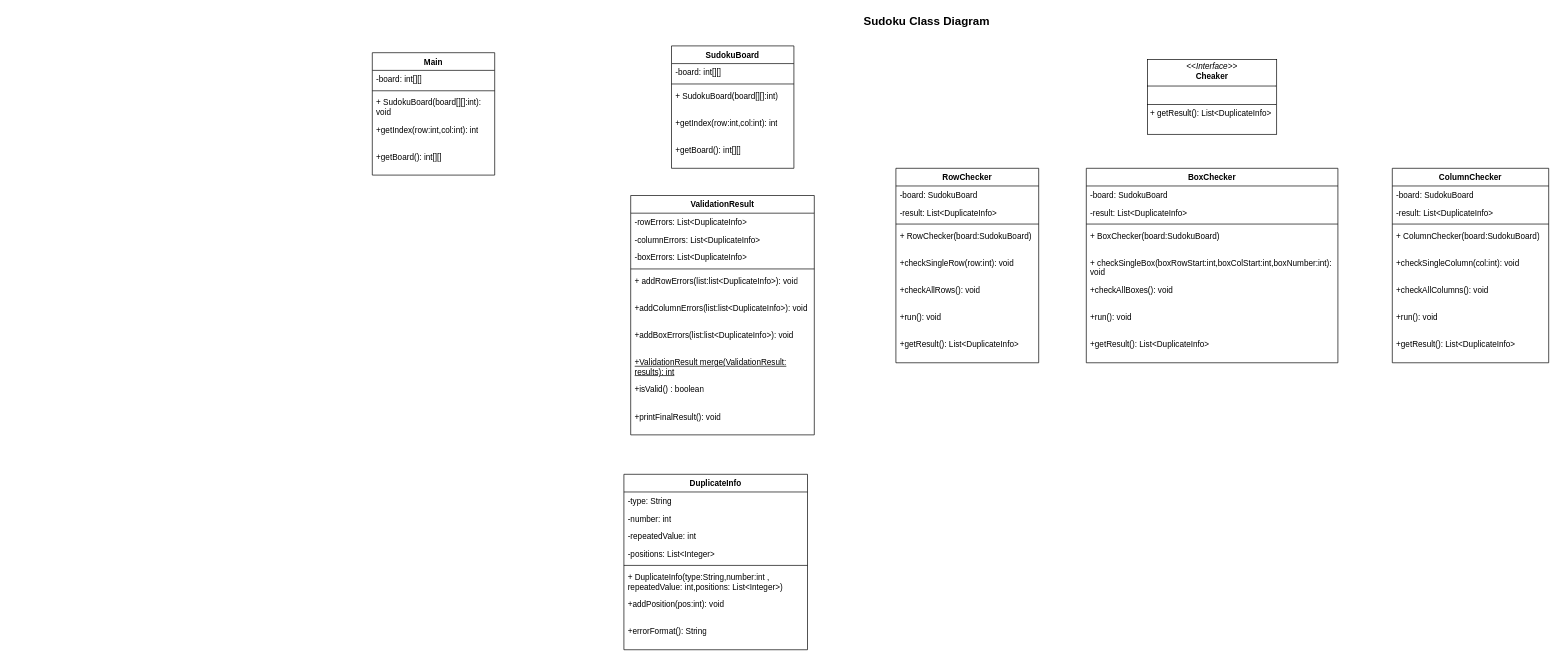
The draw.io diagram ClassDiagram.drawio in ghadeer4705/Lab9_Sudoku1, before the edit. Source tidied: cells renumbered, new cells numbered last; positions are measured from the earlier drawing's top-left corner, leaving out a move shared by most shapes. Both pictures are drawn from the tidied source at 68%, with x=0, y=0 at pixel (372, 12).
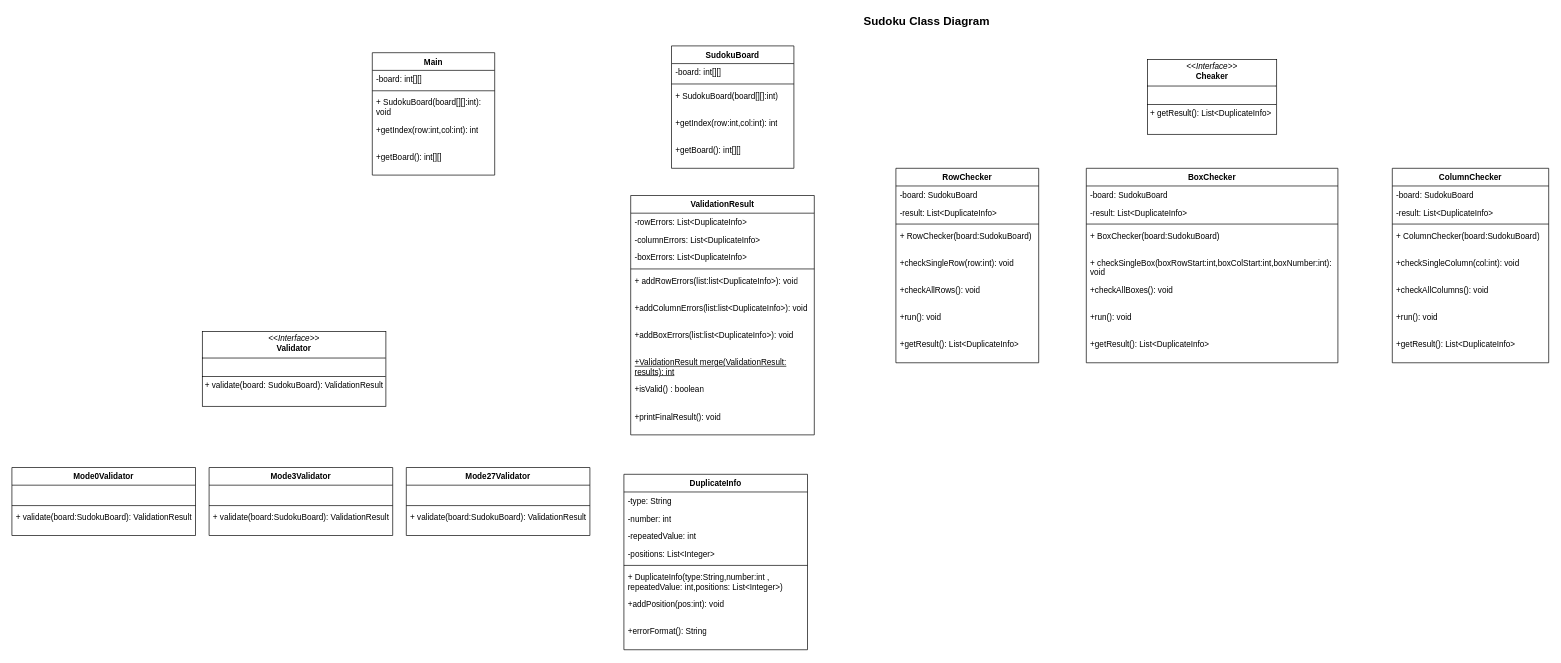
After the change.

The edit, as a diff of the source:
```diff
@@
-    <mxCell id="2" value="Sudoku Class Diagram" style="text;html=1;whiteSpace=wrap;strokeColor=none;fillColor=none;align=center;verticalAlign=middle;rounded=0;fontSize=17;fontColor=light-dark(#000000,#FFFFFF);fontStyle=1;" parent="1" vertex="1">
+    <mxCell id="2" value="Sudoku Class Diagram" style="text;html=1;whiteSpace=wrap;strokeColor=none;fillColor=none;align=center;verticalAlign=middle;rounded=1;fontSize=17;fontColor=light-dark(#000000,#FFFFFF);fontStyle=1;glass=1;" parent="1" vertex="1">
       <mxGeometry x="708" width="215" height="30" as="geometry" />
     </mxCell>
@@
+    <mxCell id="63" value="&lt;p style=&quot;margin:0px;margin-top:4px;text-align:center;&quot;&gt;&lt;i&gt;&amp;lt;&amp;lt;Interface&amp;gt;&amp;gt;&lt;/i&gt;&lt;br&gt;&lt;b&gt;Validator&lt;/b&gt;&lt;/p&gt;&lt;hr size=&quot;1&quot; style=&quot;border-style:solid;&quot;&gt;&lt;p style=&quot;margin:0px;margin-left:4px;&quot;&gt;&lt;br&gt;&lt;/p&gt;&lt;hr size=&quot;1&quot; style=&quot;border-style:solid;&quot;&gt;&lt;p style=&quot;margin:0px;margin-left:4px;&quot;&gt;+ validate(board:&amp;nbsp;&lt;span style=&quot;background-color: transparent; color: light-dark(rgb(0, 0, 0), rgb(255, 255, 255));&quot;&gt;SudokuBoard&lt;/span&gt;&lt;span style=&quot;background-color: transparent; color: light-dark(rgb(0, 0, 0), rgb(255, 255, 255));&quot;&gt;):&amp;nbsp;&lt;/span&gt;&lt;span style=&quot;background-color: transparent;&quot;&gt;ValidationResult&lt;/span&gt;&lt;/p&gt;&lt;p style=&quot;margin:0px;margin-left:4px;&quot;&gt;&lt;br&gt;&lt;/p&gt;" style="verticalAlign=top;align=left;overflow=fill;html=1;whiteSpace=wrap;fillColor=none;strokeColor=light-dark(#000000,#A680B8);" parent="1" vertex="1">
+      <mxGeometry x="-250" y="470" width="270" height="110" as="geometry" />
+    </mxCell>
+    <mxCell id="64" value="Mode0Validator" style="swimlane;fontStyle=1;align=center;verticalAlign=top;horizontal=1;startSize=26;whiteSpace=wrap;html=1;fillColor=light-dark(#FFFFFF,#A680B8);strokeColor=light-dark(#000000,#C3ABD0);" parent="1" vertex="1">
+      <mxGeometry x="-530" y="670" width="270" height="100" as="geometry" />
+    </mxCell>
+    <mxCell id="65" value="&lt;div&gt;&lt;br&gt;&lt;/div&gt;" style="text;strokeColor=none;fillColor=none;align=left;verticalAlign=top;spacingLeft=4;spacingRight=4;overflow=hidden;whiteSpace=wrap;html=1;" parent="64" vertex="1">
+      <mxGeometry y="26" width="270" height="26" as="geometry" />
+    </mxCell>
+    <mxCell id="66" style="line;strokeWidth=1;fillColor=default;align=left;verticalAlign=middle;spacingTop=-1;spacingLeft=3;spacingRight=3;labelPosition=right;strokeColor=inherit;" parent="64" vertex="1">
+      <mxGeometry y="52" width="270" height="8" as="geometry" />
+    </mxCell>
+    <mxCell id="67" value="+ validate(board:SudokuBoard):&amp;nbsp;ValidationResult&lt;div&gt;&lt;br&gt;&lt;/div&gt;" style="text;strokeColor=none;fillColor=none;align=left;verticalAlign=top;spacingLeft=4;spacingRight=4;overflow=hidden;whiteSpace=wrap;html=1;" parent="64" vertex="1">
+      <mxGeometry y="60" width="270" height="40" as="geometry" />
+    </mxCell>
+    <mxCell id="68" value="Mode3Validator" style="swimlane;fontStyle=1;align=center;verticalAlign=top;horizontal=1;startSize=26;whiteSpace=wrap;html=1;fillColor=light-dark(#FFFFFF,#A680B8);strokeColor=light-dark(#000000,#C3ABD0);" parent="1" vertex="1">
+      <mxGeometry x="-240" y="670" width="270" height="100" as="geometry" />
+    </mxCell>
+    <mxCell id="69" value="&lt;div&gt;&lt;br&gt;&lt;/div&gt;" style="text;strokeColor=none;fillColor=none;align=left;verticalAlign=top;spacingLeft=4;spacingRight=4;overflow=hidden;whiteSpace=wrap;html=1;" parent="68" vertex="1">
+      <mxGeometry y="26" width="270" height="26" as="geometry" />
+    </mxCell>
+    <mxCell id="70" style="line;strokeWidth=1;fillColor=default;align=left;verticalAlign=middle;spacingTop=-1;spacingLeft=3;spacingRight=3;labelPosition=right;strokeColor=inherit;" parent="68" vertex="1">
+      <mxGeometry y="52" width="270" height="8" as="geometry" />
+    </mxCell>
+    <mxCell id="71" value="+ validate(board:SudokuBoard):&amp;nbsp;ValidationResult&lt;div&gt;&lt;br&gt;&lt;/div&gt;" style="text;strokeColor=none;fillColor=none;align=left;verticalAlign=top;spacingLeft=4;spacingRight=4;overflow=hidden;whiteSpace=wrap;html=1;" parent="68" vertex="1">
+      <mxGeometry y="60" width="270" height="40" as="geometry" />
+    </mxCell>
+    <mxCell id="72" value="Mode27Validator" style="swimlane;fontStyle=1;align=center;verticalAlign=top;horizontal=1;startSize=26;whiteSpace=wrap;html=1;fillColor=light-dark(#FFFFFF,#A680B8);strokeColor=light-dark(#000000,#C3ABD0);" parent="1" vertex="1">
+      <mxGeometry x="50" y="670" width="270" height="100" as="geometry" />
+    </mxCell>
+    <mxCell id="73" value="&lt;div&gt;&lt;br&gt;&lt;/div&gt;" style="text;strokeColor=none;fillColor=none;align=left;verticalAlign=top;spacingLeft=4;spacingRight=4;overflow=hidden;whiteSpace=wrap;html=1;" parent="72" vertex="1">
+      <mxGeometry y="26" width="270" height="26" as="geometry" />
+    </mxCell>
+    <mxCell id="74" style="line;strokeWidth=1;fillColor=default;align=left;verticalAlign=middle;spacingTop=-1;spacingLeft=3;spacingRight=3;labelPosition=right;strokeColor=inherit;" parent="72" vertex="1">
+      <mxGeometry y="52" width="270" height="8" as="geometry" />
+    </mxCell>
+    <mxCell id="75" value="+ validate(board:SudokuBoard):&amp;nbsp;ValidationResult&lt;div&gt;&lt;br&gt;&lt;/div&gt;" style="text;strokeColor=none;fillColor=none;align=left;verticalAlign=top;spacingLeft=4;spacingRight=4;overflow=hidden;whiteSpace=wrap;html=1;" parent="72" vertex="1">
+      <mxGeometry y="60" width="270" height="40" as="geometry" />
+    </mxCell>
```
